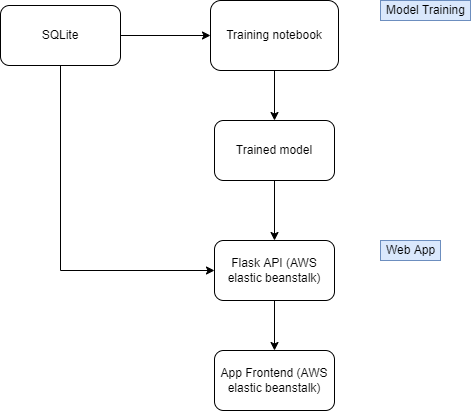
Earlier version of the draw.io export app/solutionarchitecture.png (briginmis/ufc-sports-analytics). Source tidied: cells renumbered, new cells last; positions are measured from the earlier drawing's top-left corner, leaving out a move shared by most shapes.
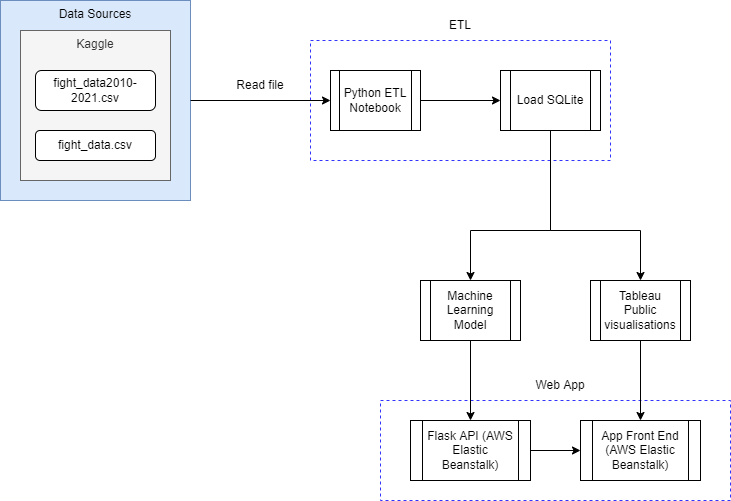
After the change.

Diff of the diagram source:
```diff
@@ -2,45 +2,89 @@
   <root>
     <mxCell id="0" />
     <mxCell id="1" parent="0" />
-    <mxCell id="2" style="edgeStyle=orthogonalEdgeStyle;rounded=0;jettySize=auto;html=1;" parent="1" edge="1" source="3" target="5">
-      <mxGeometry relative="1" as="geometry" />
-    </mxCell>
-    <mxCell id="3" value="Training notebook" style="rounded=1;whiteSpace=wrap;html=1;" parent="1" vertex="1">
-      <mxGeometry x="210" width="128" height="70" as="geometry" />
-    </mxCell>
-    <mxCell id="4" style="edgeStyle=orthogonalEdgeStyle;rounded=0;jettySize=auto;html=1;" parent="1" edge="1" source="5" target="7">
-      <mxGeometry relative="1" as="geometry" />
-    </mxCell>
-    <mxCell id="5" value="Trained model" style="rounded=1;whiteSpace=wrap;html=1;" parent="1" vertex="1">
-      <mxGeometry x="214" y="120" width="120" height="60" as="geometry" />
-    </mxCell>
-    <mxCell id="6" style="edgeStyle=orthogonalEdgeStyle;rounded=0;jettySize=auto;html=1;" parent="1" edge="1" source="7" target="8">
-      <mxGeometry relative="1" as="geometry" />
-    </mxCell>
-    <mxCell id="7" value="Flask API (AWS elastic beanstalk)" style="rounded=1;whiteSpace=wrap;html=1;" parent="1" vertex="1">
-      <mxGeometry x="214" y="240" width="120" height="60" as="geometry" />
-    </mxCell>
-    <mxCell id="8" value="App Frontend (AWS elastic beanstalk)" style="rounded=1;whiteSpace=wrap;html=1;" parent="1" vertex="1">
-      <mxGeometry x="214" y="350" width="120" height="60" as="geometry" />
-    </mxCell>
-    <mxCell id="9" style="edgeStyle=orthogonalEdgeStyle;rounded=0;jettySize=auto;html=1;" parent="1" edge="1" source="11" target="3">
-      <mxGeometry relative="1" as="geometry" />
-    </mxCell>
-    <mxCell id="10" style="edgeStyle=orthogonalEdgeStyle;rounded=0;jettySize=auto;html=1;entryX=0;entryY=0.5;entryDx=0;entryDy=0;" parent="1" edge="1" source="11" target="7">
-      <mxGeometry relative="1" as="geometry">
-        <Array as="points">
-          <mxPoint x="60" y="270" />
-        </Array>
-      </mxGeometry>
-    </mxCell>
-    <mxCell id="11" value="SQLite" style="rounded=1;whiteSpace=wrap;html=1;" parent="1" vertex="1">
-      <mxGeometry y="5" width="120" height="60" as="geometry" />
-    </mxCell>
-    <mxCell id="12" value="Model Training" style="text;html=1;align=center;verticalAlign=middle;fillColor=#dae8fc;strokeColor=#6c8ebf;rounded=0;" parent="1" vertex="1">
-      <mxGeometry x="380" width="90" height="20" as="geometry" />
-    </mxCell>
+    <mxCell id="14" style="rounded=0;whiteSpace=wrap;html=1;dashed=1;strokeColor=#3333FF;" parent="1" vertex="1">
+      <mxGeometry x="230" y="270" width="350" height="100" as="geometry" />
+    </mxCell>
+    <mxCell id="15" style="rounded=0;whiteSpace=wrap;html=1;verticalAlign=top;dashed=1;fontStyle=0;strokeColor=#3333FF;" parent="1" vertex="1">
+      <mxGeometry x="160" y="-90" width="300" height="120" as="geometry" />
+    </mxCell>
+    <mxCell id="16" style="edgeStyle=orthogonalEdgeStyle;rounded=0;jettySize=auto;html=1;" parent="1" edge="1" source="17" target="25">
+      <mxGeometry relative="1" as="geometry" />
+    </mxCell>
+    <mxCell id="17" value="Python ETL Notebook" style="shape=process;whiteSpace=wrap;html=1;backgroundOutline=1;" parent="1" vertex="1">
+      <mxGeometry x="180" y="-60" width="90" height="60" as="geometry" />
+    </mxCell>
+    <mxCell id="18" style="group;" parent="1" vertex="1">
+      <mxGeometry x="-150" y="-130" width="190" height="200" as="geometry" />
+    </mxCell>
+    <mxCell id="19" value="Data Sources" style="rounded=0;whiteSpace=wrap;html=1;verticalAlign=top;fillColor=#dae8fc;strokeColor=#6c8ebf;" parent="18" vertex="1">
+      <mxGeometry width="190" height="200" as="geometry" />
+    </mxCell>
+    <mxCell id="20" value="Kaggle" style="rounded=0;whiteSpace=wrap;html=1;fillColor=#f5f5f5;fontColor=#333333;strokeColor=#666666;verticalAlign=top;" parent="18" vertex="1">
+      <mxGeometry x="20" y="30" width="150" height="150" as="geometry" />
+    </mxCell>
+    <mxCell id="21" value="fight_data2010-2021.csv" style="rounded=1;whiteSpace=wrap;html=1;" parent="18" vertex="1">
+      <mxGeometry x="35" y="70" width="120" height="40" as="geometry" />
+    </mxCell>
+    <mxCell id="22" value="fight_data.csv" style="rounded=1;whiteSpace=wrap;html=1;" parent="18" vertex="1">
+      <mxGeometry x="35" y="130" width="120" height="30" as="geometry" />
+    </mxCell>
+    <mxCell id="23" style="edgeStyle=orthogonalEdgeStyle;rounded=0;jettySize=auto;html=1;" parent="1" edge="1" source="25" target="33">
+      <mxGeometry relative="1" as="geometry">
+        <Array as="points">
+          <mxPoint x="400" y="100" />
+          <mxPoint x="320" y="100" />
+        </Array>
+      </mxGeometry>
+    </mxCell>
+    <mxCell id="24" style="edgeStyle=orthogonalEdgeStyle;rounded=0;jettySize=auto;html=1;" parent="1" edge="1" source="25" target="31">
+      <mxGeometry relative="1" as="geometry">
+        <Array as="points">
+          <mxPoint x="400" y="100" />
+          <mxPoint x="490" y="100" />
+        </Array>
+      </mxGeometry>
+    </mxCell>
+    <mxCell id="25" value="Load SQLite" style="shape=process;whiteSpace=wrap;html=1;backgroundOutline=1;" parent="1" vertex="1">
+      <mxGeometry x="350" y="-60" width="100" height="60" as="geometry" />
+    </mxCell>
+    <mxCell id="26" style="edgeStyle=orthogonalEdgeStyle;rounded=0;jettySize=auto;html=1;" parent="1" edge="1" source="19" target="17">
+      <mxGeometry relative="1" as="geometry" />
+    </mxCell>
+    <mxCell id="27" style="edgeStyle=orthogonalEdgeStyle;rounded=0;jettySize=auto;html=1;entryX=0;entryY=0.5;entryDx=0;entryDy=0;" parent="1" edge="1" source="28" target="32">
+      <mxGeometry relative="1" as="geometry">
+        <Array as="points">
+          <mxPoint x="280" y="320" />
+          <mxPoint x="280" y="320" />
+        </Array>
+      </mxGeometry>
+    </mxCell>
+    <mxCell id="28" value="Flask API (AWS Elastic Beanstalk)" style="shape=process;whiteSpace=wrap;html=1;backgroundOutline=1;" parent="1" vertex="1">
+      <mxGeometry x="260" y="290" width="120" height="60" as="geometry" />
+    </mxCell>
+    <mxCell id="29" style="edgeStyle=orthogonalEdgeStyle;rounded=0;jettySize=auto;html=1;" parent="1" edge="1" source="33" target="28">
+      <mxGeometry relative="1" as="geometry" />
+    </mxCell>
+    <mxCell id="30" style="edgeStyle=orthogonalEdgeStyle;rounded=0;jettySize=auto;html=1;" parent="1" edge="1" source="31" target="32">
+      <mxGeometry relative="1" as="geometry" />
+    </mxCell>
+    <mxCell id="31" value="Tableau Public visualisations" style="shape=process;whiteSpace=wrap;html=1;backgroundOutline=1;" parent="1" vertex="1">
+      <mxGeometry x="440" y="150" width="100" height="60" as="geometry" />
+    </mxCell>
+    <mxCell id="32" value="App Front End (AWS Elastic Beanstalk)" style="shape=process;whiteSpace=wrap;html=1;backgroundOutline=1;" parent="1" vertex="1">
+      <mxGeometry x="430" y="290" width="120" height="60" as="geometry" />
+    </mxCell>
+    <mxCell id="33" value="Machine Learning Model" style="shape=process;whiteSpace=wrap;html=1;backgroundOutline=1;" parent="1" vertex="1">
+      <mxGeometry x="270" y="150" width="100" height="60" as="geometry" />
+    </mxCell>
+    <mxCell id="34" value="ETL" style="text;html=1;strokeColor=none;fillColor=none;align=center;verticalAlign=middle;whiteSpace=wrap;rounded=0;dashed=1;" parent="1" vertex="1">
+      <mxGeometry x="280" y="-120" width="60" height="30" as="geometry" />
+    </mxCell>
-    <mxCell id="13" value="Web App" style="text;html=1;align=center;verticalAlign=middle;fillColor=#dae8fc;strokeColor=#6c8ebf;rounded=0;" parent="1" vertex="1">
-      <mxGeometry x="380" y="240" width="60" height="20" as="geometry" />
+    <mxCell id="13" value="Web App" style="text;html=1;strokeColor=none;fillColor=none;align=center;verticalAlign=middle;whiteSpace=wrap;rounded=0;dashed=1;" parent="1" vertex="1">
+      <mxGeometry x="380" y="240" width="60" height="30" as="geometry" />
     </mxCell>
+    <mxCell id="35" value="Read file" style="text;html=1;strokeColor=none;fillColor=none;align=center;verticalAlign=middle;whiteSpace=wrap;rounded=0;dashed=1;" parent="1" vertex="1">
+      <mxGeometry x="80" y="-60" width="60" height="30" as="geometry" />
+    </mxCell>
   </root>
 </mxGraphModel>
```
